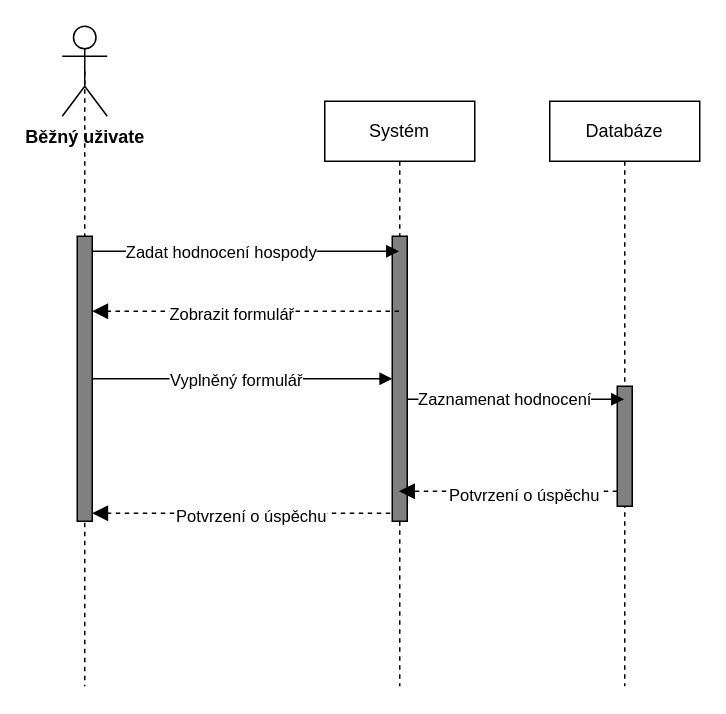
The draw.io diagram page "Hodnocení" (4 of 11) of IUS/IUS_projekt/Sequence.drawio in dan1235689/Diagrams, before the edit. Source tidied: cells renumbered, new cells numbered last; positions are measured from the earlier drawing's top-left corner, leaving out a move shared by most shapes. Both pictures are drawn from the tidied source at 150%, with x=0, y=0 at pixel (62, 26).
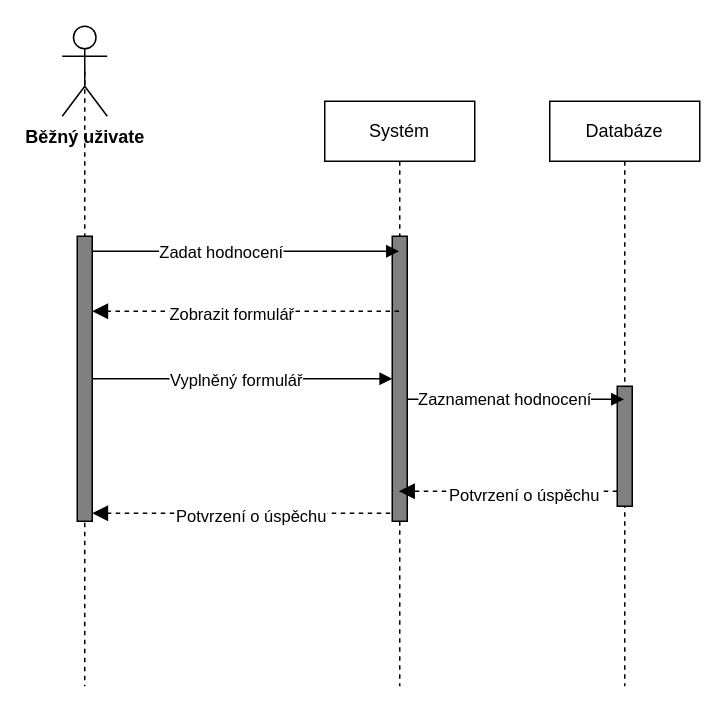
After the change.

The change refers to these unchanged cells:
```xml
<mxCell id="10" style="html=1;verticalAlign=bottom;labelBackgroundColor=none;endArrow=block;endFill=1;" parent="1" edge="1" source="9" target="2">
  <mxGeometry relative="1" as="geometry">
    <Array as="points">
      <mxPoint x="95" y="150" />
    </Array>
  </mxGeometry>
</mxCell>
```

Diff of the diagram source:
```diff
@@
-    <mxCell id="11" value="Zadat hodnocení hospody" style="edgeLabel;html=1;align=center;verticalAlign=middle;" parent="10" vertex="1">
+    <mxCell id="11" value="Zadat hodnocení" style="edgeLabel;html=1;align=center;verticalAlign=middle;" parent="10" vertex="1">
       <mxGeometry x="-0.17" relative="1" as="geometry" />
     </mxCell>
```
